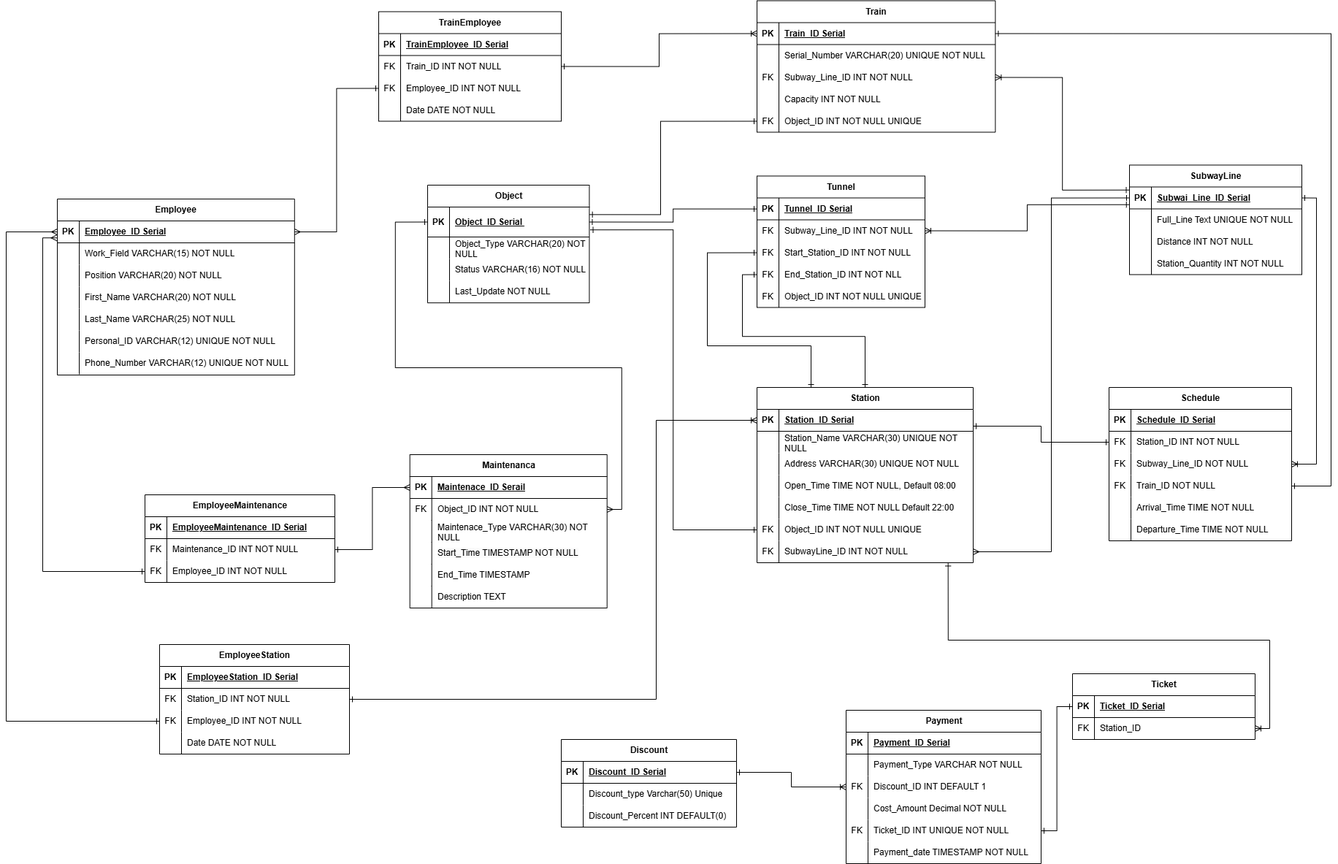
DIas-code/Dias_Yermekov_AU24 keeps this draw.io diagram as DB_Dias_Yermekov_HW_Subway_diagram.png. Above is the earlier version. Source tidied: cells renumbered, new cells last; positions are measured from the earlier drawing's top-left corner, leaving out a move shared by most shapes.
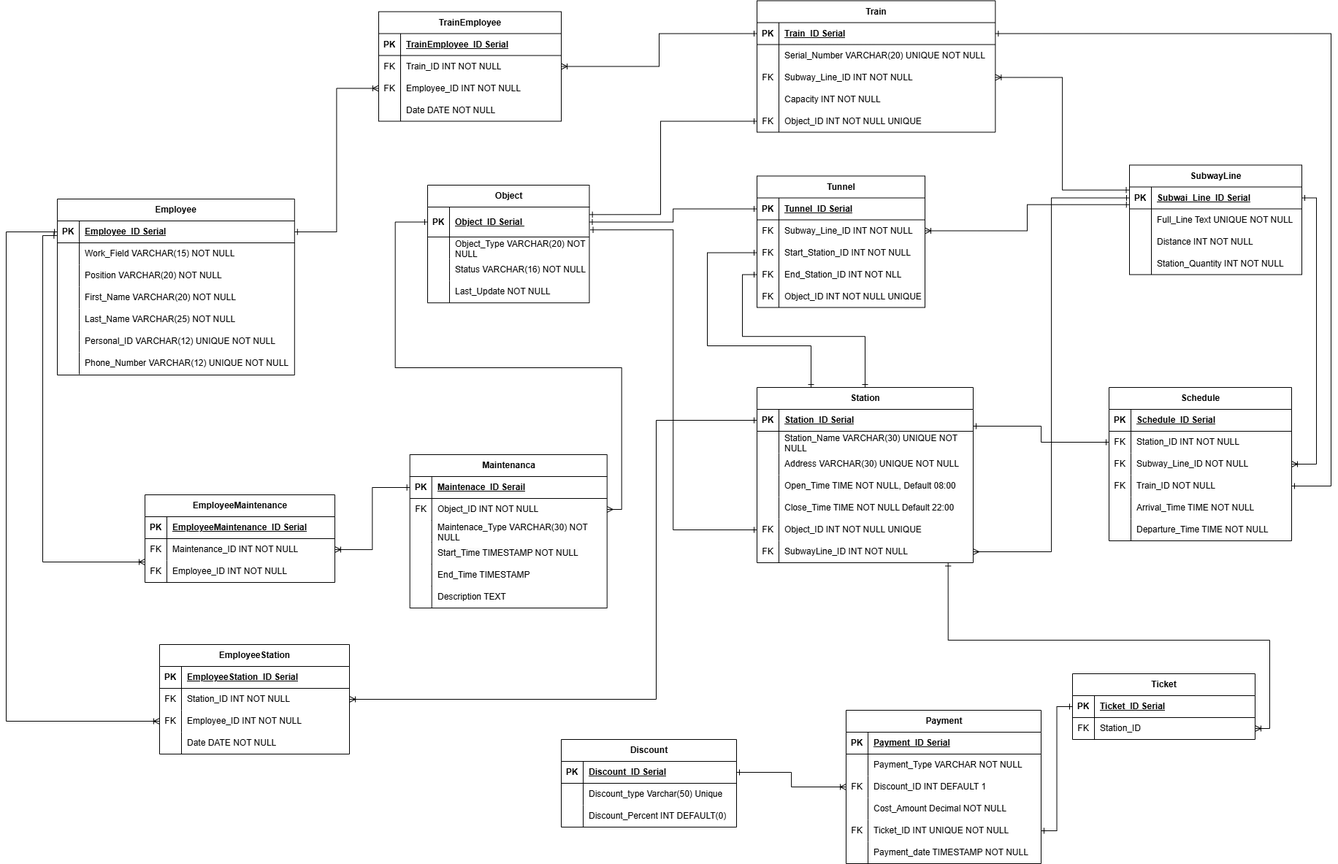
Above is the later version.

Commit message:
DB subway HW redo

What changed in the source:
```diff
@@ -592,10 +592,10 @@
     <mxCell id="190" value="Date DATE NOT NULL" style="shape=partialRectangle;fillColor=none;top=0;left=0;bottom=0;right=0;align=left;spacingLeft=6;overflow=hidden;whiteSpace=wrap;html=1;" parent="188" vertex="1">
       <mxGeometry x="30" width="220" height="30" as="geometry" />
     </mxCell>
-    <mxCell id="191" style="edgeStyle=orthogonalEdgeStyle;rounded=0;jettySize=auto;html=1;exitX=0;exitY=0.5;exitDx=0;exitDy=0;entryX=1;entryY=0.5;entryDx=0;entryDy=0;startArrow=ERoneToMany;startFill=0;endArrow=ERone;endFill=0;" parent="1" edge="1" source="3" target="182">
+    <mxCell id="191" style="edgeStyle=orthogonalEdgeStyle;rounded=0;jettySize=auto;html=1;exitX=0;exitY=0.5;exitDx=0;exitDy=0;entryX=1;entryY=0.5;entryDx=0;entryDy=0;startArrow=ERone;startFill=0;endArrow=ERoneToMany;endFill=0;" parent="1" edge="1" source="3" target="182">
       <mxGeometry relative="1" as="geometry" />
     </mxCell>
-    <mxCell id="192" style="edgeStyle=orthogonalEdgeStyle;rounded=0;jettySize=auto;html=1;exitX=1;exitY=0.5;exitDx=0;exitDy=0;entryX=0;entryY=0.5;entryDx=0;entryDy=0;startArrow=ERmany;startFill=0;endArrow=ERone;endFill=0;" parent="1" edge="1" source="73" target="185">
+    <mxCell id="192" style="edgeStyle=orthogonalEdgeStyle;rounded=0;jettySize=auto;html=1;exitX=1;exitY=0.5;exitDx=0;exitDy=0;entryX=0;entryY=0.5;entryDx=0;entryDy=0;startArrow=ERone;startFill=0;endArrow=ERoneToMany;endFill=0;" parent="1" edge="1" source="73" target="185">
       <mxGeometry relative="1" as="geometry" />
     </mxCell>
     <mxCell id="193" style="edgeStyle=orthogonalEdgeStyle;rounded=0;jettySize=auto;html=1;exitX=1;exitY=0.5;exitDx=0;exitDy=0;entryX=0;entryY=0.5;entryDx=0;entryDy=0;startArrow=ERmany;startFill=0;endArrow=ERone;endFill=0;" parent="1" edge="1" source="98" target="160">
@@ -631,10 +631,17 @@
     <mxCell id="203" value="Employee_ID INT NOT NULL" style="shape=partialRectangle;fillColor=none;top=0;left=0;bottom=0;right=0;align=left;spacingLeft=6;overflow=hidden;whiteSpace=wrap;html=1;" parent="201" vertex="1">
       <mxGeometry x="30" width="230" height="30" as="geometry" />
     </mxCell>
-    <mxCell id="204" style="edgeStyle=orthogonalEdgeStyle;rounded=0;jettySize=auto;html=1;exitX=-0.002;exitY=0.774;exitDx=0;exitDy=0;entryX=0;entryY=0.5;entryDx=0;entryDy=0;startArrow=ERmany;startFill=0;endArrow=ERone;endFill=0;exitPerimeter=0;" parent="1" edge="1" source="73" target="201">
-      <mxGeometry relative="1" as="geometry" />
+    <mxCell id="204" style="edgeStyle=orthogonalEdgeStyle;rounded=0;jettySize=auto;html=1;exitX=-0.002;exitY=0.774;exitDx=0;exitDy=0;startArrow=ERone;startFill=0;endArrow=ERoneToMany;endFill=0;exitPerimeter=0;entryX=0;entryY=0.092;entryDx=0;entryDy=0;entryPerimeter=0;" parent="1" edge="1" target="201">
+      <mxGeometry relative="1" as="geometry">
+        <mxPoint x="69.4" y="322" as="sourcePoint" />
+        <Array as="points">
+          <mxPoint x="50" y="322" />
+          <mxPoint x="50" y="769" />
+          <mxPoint x="190" y="769" />
+        </Array>
+      </mxGeometry>
     </mxCell>
-    <mxCell id="205" style="edgeStyle=orthogonalEdgeStyle;rounded=0;jettySize=auto;html=1;exitX=0;exitY=0.5;exitDx=0;exitDy=0;entryX=1;entryY=0.5;entryDx=0;entryDy=0;startArrow=ERmany;startFill=0;endArrow=ERone;endFill=0;" parent="1" edge="1" source="95" target="198">
+    <mxCell id="205" style="edgeStyle=orthogonalEdgeStyle;rounded=0;jettySize=auto;html=1;exitX=0;exitY=0.5;exitDx=0;exitDy=0;entryX=1;entryY=0.5;entryDx=0;entryDy=0;startArrow=ERone;startFill=0;endArrow=ERoneToMany;endFill=0;" parent="1" edge="1" source="95" target="198">
       <mxGeometry relative="1" as="geometry" />
     </mxCell>
     <mxCell id="206" value="EmployeeStation" style="shape=table;startSize=30;rowLines=0;fontStyle=1;align=center;html=1;" parent="1" vertex="1">
@@ -676,7 +683,7 @@
     <mxCell id="218" value="Date DATE NOT NULL" style="shape=partialRectangle;fillColor=none;top=0;left=0;bottom=0;right=0;align=left;spacingLeft=6;overflow=hidden;whiteSpace=wrap;html=1;" parent="216" vertex="1">
       <mxGeometry x="30" width="230" height="30" as="geometry" />
     </mxCell>
-    <mxCell id="219" style="edgeStyle=orthogonalEdgeStyle;rounded=0;jettySize=auto;html=1;exitX=0;exitY=0.5;exitDx=0;exitDy=0;entryX=0;entryY=0.5;entryDx=0;entryDy=0;startArrow=ERmany;startFill=0;endArrow=ERone;endFill=0;" parent="1" edge="1" source="73" target="213">
+    <mxCell id="219" style="edgeStyle=orthogonalEdgeStyle;rounded=0;jettySize=auto;html=1;exitX=0;exitY=0.5;exitDx=0;exitDy=0;entryX=0;entryY=0.5;entryDx=0;entryDy=0;startArrow=ERone;startFill=0;endArrow=ERoneToMany;endFill=0;" parent="1" edge="1" source="73" target="213">
       <mxGeometry relative="1" as="geometry">
         <Array as="points">
           <mxPoint y="317" />
@@ -684,7 +691,7 @@
         </Array>
       </mxGeometry>
     </mxCell>
-    <mxCell id="220" style="edgeStyle=orthogonalEdgeStyle;rounded=0;jettySize=auto;html=1;exitX=0;exitY=0.5;exitDx=0;exitDy=0;entryX=1;entryY=0.5;entryDx=0;entryDy=0;startArrow=ERoneToMany;startFill=0;endArrow=ERone;endFill=0;" parent="1" edge="1" source="35" target="210">
+    <mxCell id="220" style="edgeStyle=orthogonalEdgeStyle;rounded=0;jettySize=auto;html=1;exitX=0;exitY=0.5;exitDx=0;exitDy=0;entryX=1;entryY=0.5;entryDx=0;entryDy=0;startArrow=ERone;startFill=0;endArrow=ERoneToMany;endFill=0;" parent="1" edge="1" source="35" target="210">
       <mxGeometry relative="1" as="geometry">
         <Array as="points">
           <mxPoint x="890" y="575" />
```
